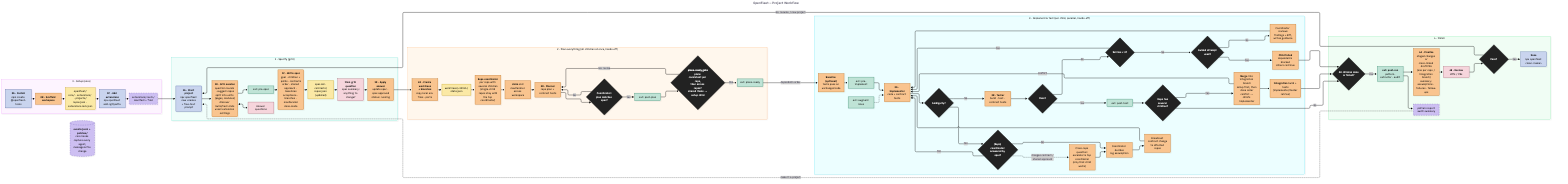
Before: docs/flow.png, a diagram exported from Mermaid (yashicon21/openfleet). Its source is kept beside it as docs/flow.mmd.
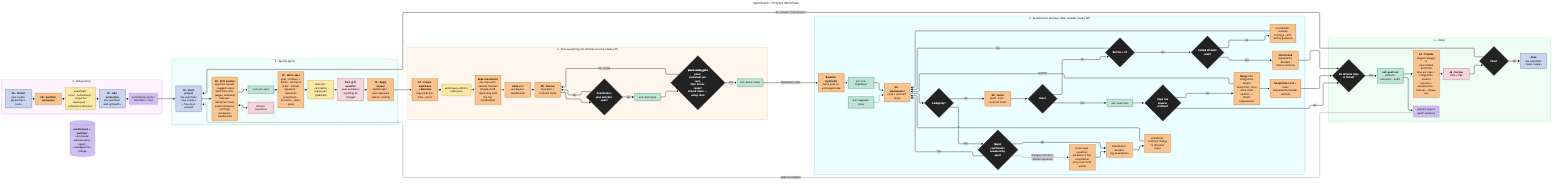
Above is the later version.

What changed in the source:
```diff
@@ -15,10 +15,10 @@
   subgraph S1["1 · Specify (grill)"]
     direction TB
     H1["<b>1A · Start project</b><br/>npx openfleet new &lt;name&gt;<br/>+ free-text prompt"]
-    C1["<b>1B · Grill session</b><br/>question rounds · suggest repos<br/>split into units (pages, modules)<br/>discover build/test cmds<br/>unset extension settings"]
+    C1["<b>1B · Grill session</b><br/>question rounds · suggest repos<br/>split into units (pages, modules)<br/>discover build/test cmds<br/>unset extension settings<br/>workspace maxParallel"]
     HA["Answer questions"]
     X0["ext: pre-spec"]
-    C2["<b>1C · Write spec</b><br/>goal · children + paths · contracts<br/>order · shared approach · baselines<br/>acceptance · branches · maxParallel<br/>done-mode"]
+    C2["<b>1C · Write spec</b><br/>goal · children + paths · contracts<br/>order · shared approach · baselines<br/>acceptance · branches · done-mode"]
     F1["spec.md · contracts/<br/>repos.json (updated)"]
     HR["<b>Final grill question</b><br/>spec summary:<br/>anything to change?"]
     CA["<b>1D · Apply answer</b><br/>update spec · spec.approved<br/>status: running"]
@@ -32,7 +32,7 @@
     C3["<b>2A · Create worktrees<br/>+ branches</b><br/>copy local env files · ports"]
     F2["worktrees/&lt;child&gt;/<br/>state.json"]
     RC["<b>Repo coordinator</b><br/>per repo with several children<br/>(single-child repos stay with<br/>the top coordinator)"]
-    CL["<b>claim</b> slot<br/>maxParallel across workspace"]
+    CL["<b>claim</b> slot<br/>workspace maxParallel"]
     P["<b>2B · Planner</b><br/>repo plan + contract tests"]
     DV{"Coordinator:<br/>plan matches spec?"}
     X1["ext: post-plan"]
```
